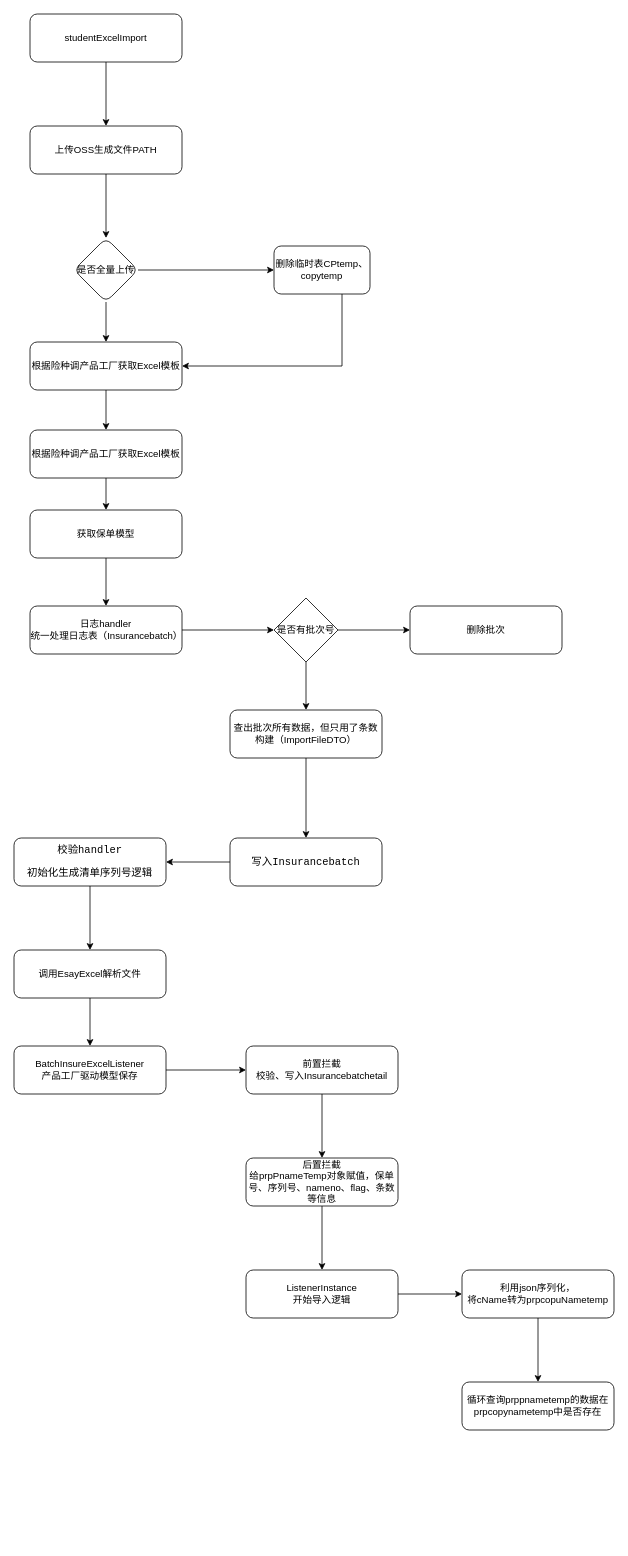
Above: 1701清单上传批改.drawio in java-zengguang/images (draw.io), before the change. Source tidied: cells renumbered, new cells numbered last; positions are measured from the earlier drawing's top-left corner, leaving out a move shared by most shapes. Both pictures are drawn from the tidied source at 80%, with x=0, y=0 at pixel (14, 14).
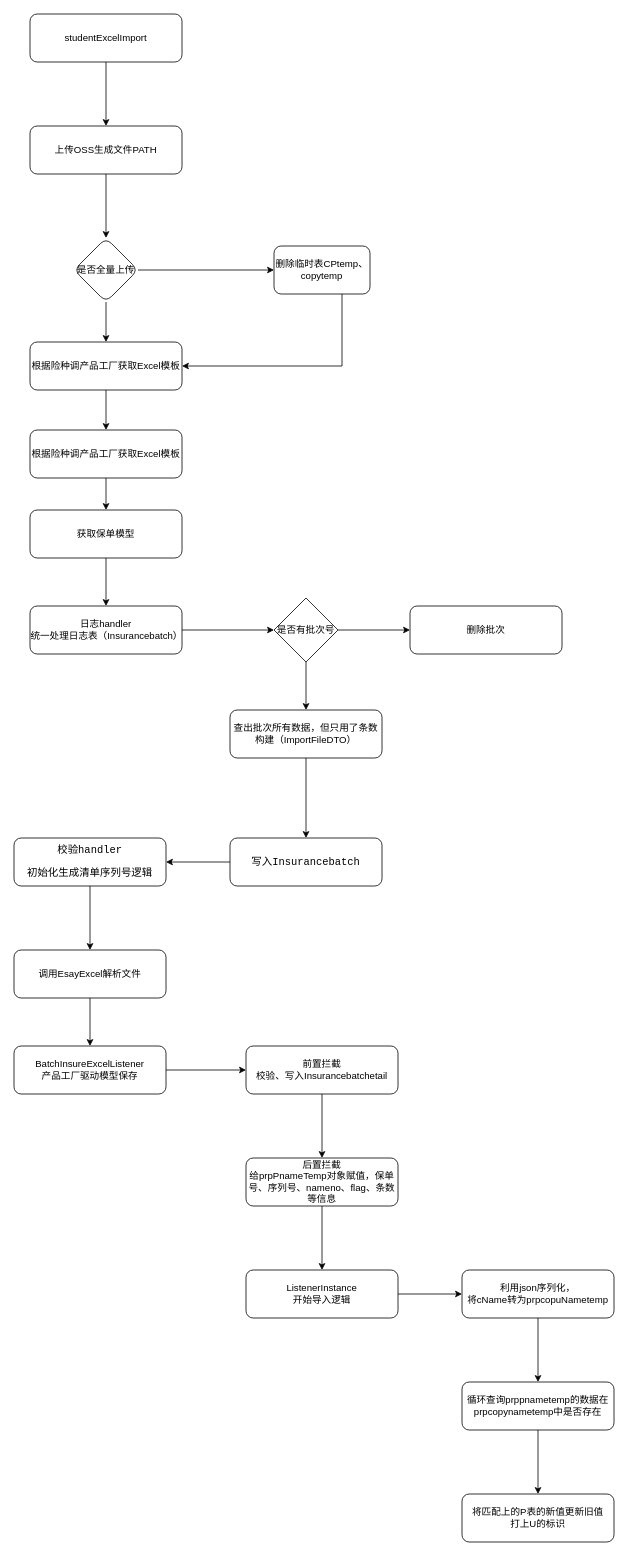
The same diagram, later.

Commit message (it also covers changes not shown here):
更新1701清单上传批改.drawio

Unchanged cells that the change refers to:
```xml
<mxCell id="41" value="循环查询prppnametemp的数据在&lt;div&gt;prpcopynametemp中是否存在&lt;/div&gt;" style="rounded=1;whiteSpace=wrap;html=1;" parent="1" vertex="1">
  <mxGeometry x="560" y="1710" width="190" height="60" as="geometry" />
</mxCell>
```

Change to the diagram source:
```diff
@@
+    <mxCell id="42" style="edgeStyle=orthogonalEdgeStyle;rounded=0;jettySize=auto;html=1;" parent="1" edge="1" source="41" target="43">
+      <mxGeometry relative="1" as="geometry" />
+    </mxCell>
@@
+    <mxCell id="43" value="将匹配上的P表的新值更新旧值&lt;div&gt;打上U的标识&lt;/div&gt;" style="rounded=1;whiteSpace=wrap;html=1;" parent="1" vertex="1">
+      <mxGeometry x="560" y="1850" width="190" height="60" as="geometry" />
+    </mxCell>
```
